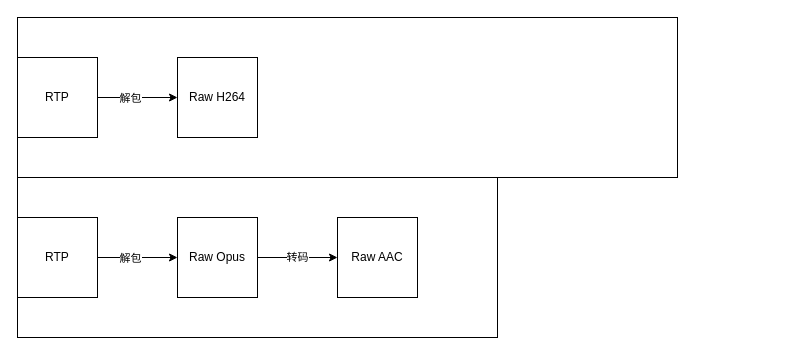
This is page "Page-20" (20 of 20) of Untitled Diagram2.drawio from craterone/imgs, a draw.io file, before an edit. Source tidied: cells renumbered, new cells numbered last; positions are measured from the earlier drawing's top-left corner, leaving out a move shared by most shapes. Both pictures are drawn from the tidied source at 100%, with x=0, y=0 at pixel (17, 17).
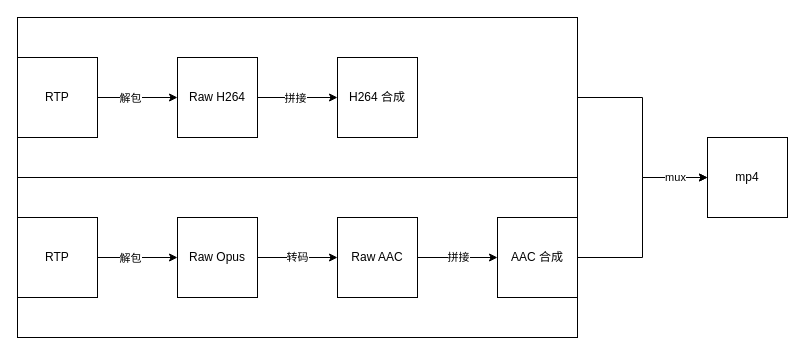
After the change.

The change refers to these unchanged cells:
```xml
<mxCell id="6" value="Raw H264" style="rounded=0;whiteSpace=wrap;html=1;" parent="1" vertex="1">
  <mxGeometry x="160" y="40" width="80" height="80" as="geometry" />
</mxCell>
<mxCell id="13" value="Raw AAC" style="rounded=0;whiteSpace=wrap;html=1;" parent="1" vertex="1">
  <mxGeometry x="320" y="200" width="80" height="80" as="geometry" />
</mxCell>
```

Diff of the diagram source:
```diff
@@
+    <mxCell id="14" style="edgeStyle=orthogonalEdgeStyle;rounded=0;jettySize=auto;html=1;entryX=0;entryY=0.5;entryDx=0;entryDy=0;strokeWidth=1;" parent="1" edge="1" source="2" target="23">
+      <mxGeometry relative="1" as="geometry" />
+    </mxCell>
     <mxCell id="2" style="rounded=0;whiteSpace=wrap;html=1;" parent="1" vertex="1">
-      <mxGeometry width="660" height="160" as="geometry" />
+      <mxGeometry width="560" height="160" as="geometry" />
     </mxCell>
@@
+    <mxCell id="15" style="edgeStyle=orthogonalEdgeStyle;rounded=0;jettySize=auto;html=1;strokeWidth=1;" parent="1" edge="1" source="6" target="19">
+      <mxGeometry relative="1" as="geometry" />
+    </mxCell>
+    <mxCell id="16" value="拼接" style="edgeLabel;html=1;align=center;verticalAlign=middle;" parent="15" vertex="1">
+      <mxGeometry x="-0.07" relative="1" as="geometry" />
+    </mxCell>
@@
     <mxCell id="7" style="rounded=0;whiteSpace=wrap;html=1;" parent="1" vertex="1">
-      <mxGeometry y="160" width="480" height="160" as="geometry" />
+      <mxGeometry y="160" width="560" height="160" as="geometry" />
     </mxCell>
@@
+    <mxCell id="17" style="edgeStyle=orthogonalEdgeStyle;rounded=0;jettySize=auto;html=1;exitX=1;exitY=0.5;exitDx=0;exitDy=0;entryX=0;entryY=0.5;entryDx=0;entryDy=0;strokeWidth=1;" parent="1" edge="1" source="13" target="22">
+      <mxGeometry relative="1" as="geometry" />
+    </mxCell>
+    <mxCell id="18" value="拼接" style="edgeLabel;html=1;align=center;verticalAlign=middle;" parent="17" vertex="1">
+      <mxGeometry y="1" relative="1" as="geometry" />
+    </mxCell>
@@
+    <mxCell id="19" value="H264 合成" style="rounded=0;whiteSpace=wrap;html=1;" parent="1" vertex="1">
+      <mxGeometry x="320" y="40" width="80" height="80" as="geometry" />
+    </mxCell>
+    <mxCell id="20" style="edgeStyle=orthogonalEdgeStyle;rounded=0;jettySize=auto;html=1;exitX=1;exitY=0.5;exitDx=0;exitDy=0;strokeWidth=1;entryX=0;entryY=0.5;entryDx=0;entryDy=0;" parent="1" edge="1" source="22" target="23">
+      <mxGeometry relative="1" as="geometry" />
+    </mxCell>
+    <mxCell id="21" value="mux" style="edgeLabel;html=1;align=center;verticalAlign=middle;" parent="20" vertex="1">
+      <mxGeometry x="0.69" y="1" relative="1" as="geometry" />
+    </mxCell>
+    <mxCell id="22" value="AAC 合成" style="rounded=0;whiteSpace=wrap;html=1;" parent="1" vertex="1">
+      <mxGeometry x="480" y="200" width="80" height="80" as="geometry" />
+    </mxCell>
+    <mxCell id="23" value="mp4" style="whiteSpace=wrap;html=1;" parent="1" vertex="1">
+      <mxGeometry x="690" y="120" width="80" height="80" as="geometry" />
+    </mxCell>
```
